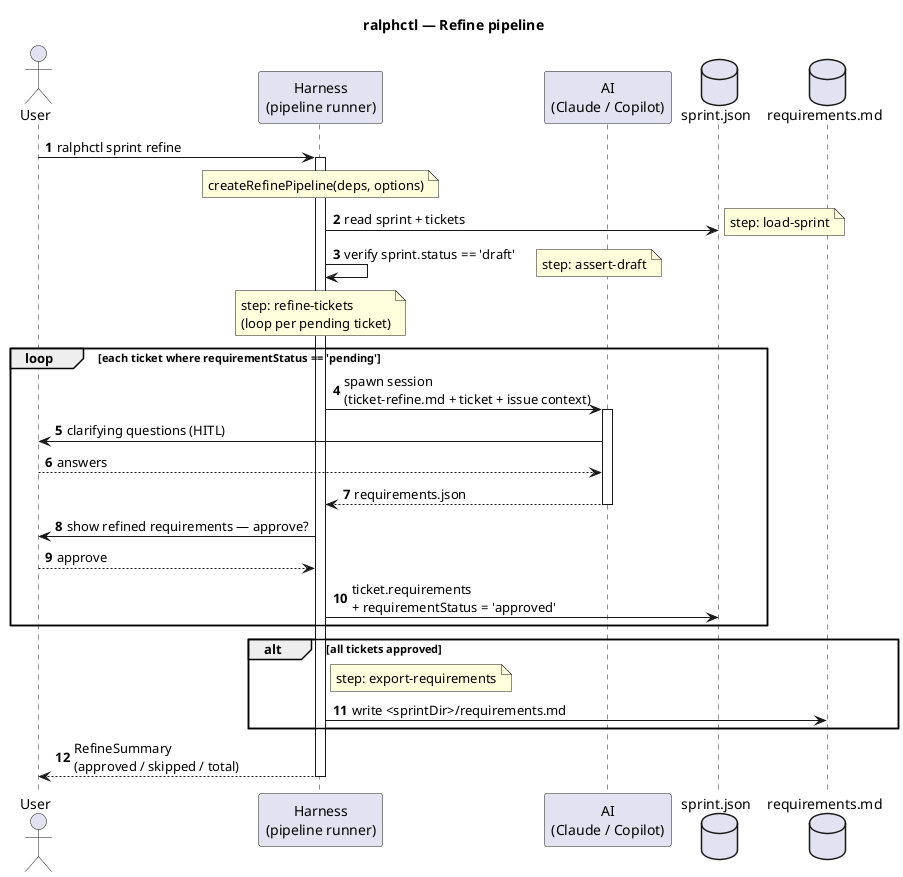
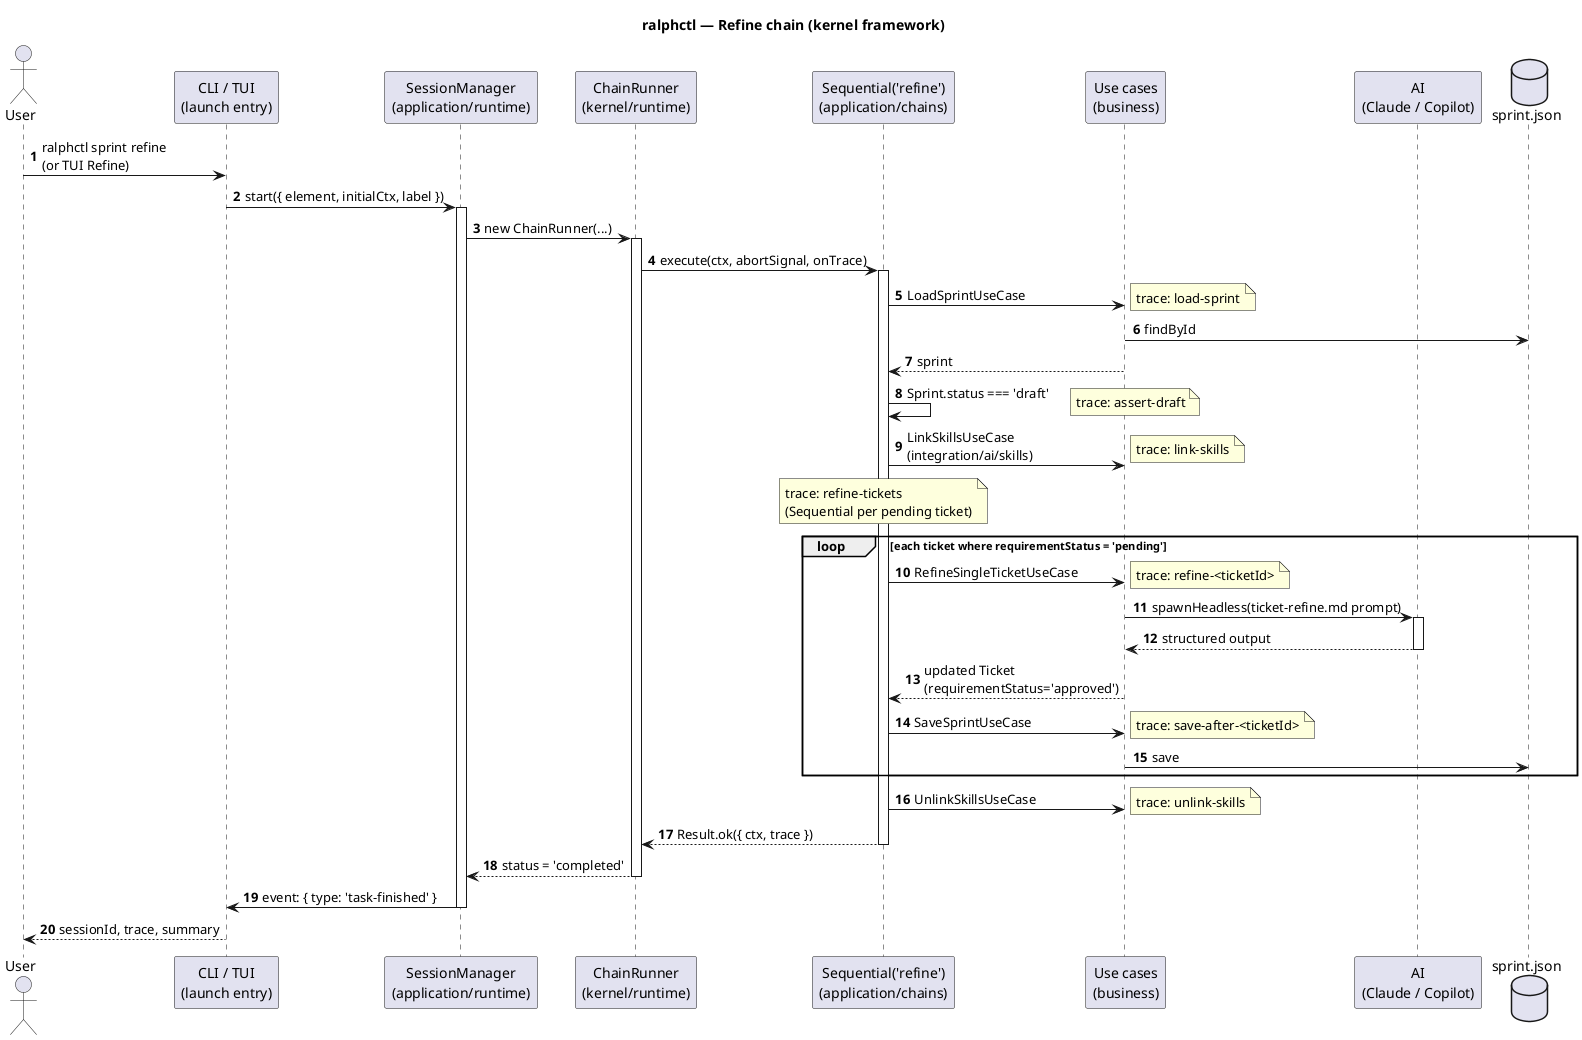
@startuml
- ' Refine pipeline — ralphctl sprint refine
- ' Definition: src/business/pipelines/refine.ts
- ' Step shape: load-sprint → assert-draft → refine-tickets → export-requirements
- title ralphctl — Refine pipeline
+ ' Refine chain — ralphctl sprint refine
+ ' Factory: src/application/chains/refine/refine-flow.ts
+ ' Step trace: load-sprint → assert-draft → link-skills → refine-tickets (Sequential of per-ticket sub-chains) → unlink-skills
+ title ralphctl — Refine chain (kernel framework)

autonumber

actor User
- participant Harness as "Harness\n(pipeline runner)"
+ participant CLI as "CLI / TUI\n(launch entry)"
+ participant SM as "SessionManager\n(application/runtime)"
+ participant Runner as "ChainRunner\n(kernel/runtime)"
+ participant Chain as "Sequential('refine')\n(application/chains)"
+ participant UC as "Use cases\n(business)"
participant AI as "AI\n(Claude / Copilot)"
database sprint.json
- database requirements.md

- User -> Harness : ralphctl sprint refine
- activate Harness
+ User -> CLI : ralphctl sprint refine\n(or TUI Refine)

- note over Harness: createRefinePipeline(deps, options)
+ CLI -> SM : start({ element, initialCtx, label })
+ activate SM
+ SM -> Runner : new ChainRunner(...)
+ activate Runner
+ Runner -> Chain : execute(ctx, abortSignal, onTrace)
+ activate Chain

- Harness -> sprint.json : read sprint + tickets
- note right: step: load-sprint
+ Chain -> UC : LoadSprintUseCase
+ note right: trace: load-sprint
+ UC -> sprint.json : findById
+ UC --> Chain : sprint

- Harness -> Harness : verify sprint.status == 'draft'
- note right: step: assert-draft
+ Chain -> Chain : Sprint.status === 'draft'
+ note right: trace: assert-draft

- note over Harness: step: refine-tickets\n(loop per pending ticket)
- loop each ticket where requirementStatus == 'pending'
-     Harness -> AI : spawn session\n(ticket-refine.md + ticket + issue context)
+ Chain -> UC : LinkSkillsUseCase\n(integration/ai/skills)
+ note right: trace: link-skills
+ 
+ note over Chain: trace: refine-tickets\n(Sequential per pending ticket)
+ loop each ticket where requirementStatus = 'pending'
+     Chain -> UC : RefineSingleTicketUseCase
+     note right: trace: refine-<ticketId>
+     UC -> AI : spawnHeadless(ticket-refine.md prompt)
    activate AI
-     AI -> User : clarifying questions (HITL)
-     User --> AI : answers
-     AI --> Harness : requirements.json
+     AI --> UC : structured output
    deactivate AI
-     Harness -> User : show refined requirements — approve?
-     User --> Harness : approve
-     Harness -> sprint.json : ticket.requirements\n+ requirementStatus = 'approved'
+     UC --> Chain : updated Ticket\n(requirementStatus='approved')
+     Chain -> UC : SaveSprintUseCase
+     note right: trace: save-after-<ticketId>
+     UC -> sprint.json : save
end

- alt all tickets approved
-     note right of Harness: step: export-requirements
-     Harness -> requirements.md : write <sprintDir>/requirements.md
- end
+ Chain -> UC : UnlinkSkillsUseCase
+ note right: trace: unlink-skills

- Harness --> User : RefineSummary\n(approved / skipped / total)
- deactivate Harness
+ Chain --> Runner : Result.ok({ ctx, trace })
+ deactivate Chain
+ Runner --> SM : status = 'completed'
+ deactivate Runner
+ 
+ SM -> CLI : event: { type: 'task-finished' }
+ deactivate SM
+ 
+ CLI --> User : sessionId, trace, summary

@enduml
